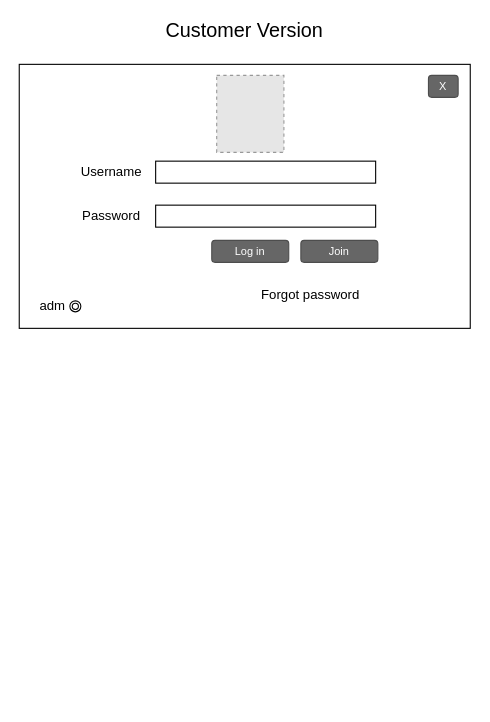
Above: page "User Login" (1 of 5) of BookingSystem.drawio in marioBdev/CCT_Java_CA1 (draw.io), before the change. Source tidied: cells renumbered, new cells numbered last; positions are measured from the earlier drawing's top-left corner, leaving out a move shared by most shapes. Both pictures are drawn from the tidied source at 110%, with x=0, y=0 at pixel (19, 20). Pictures stored in the file or linked from it are replaced by grey dashed boxes.
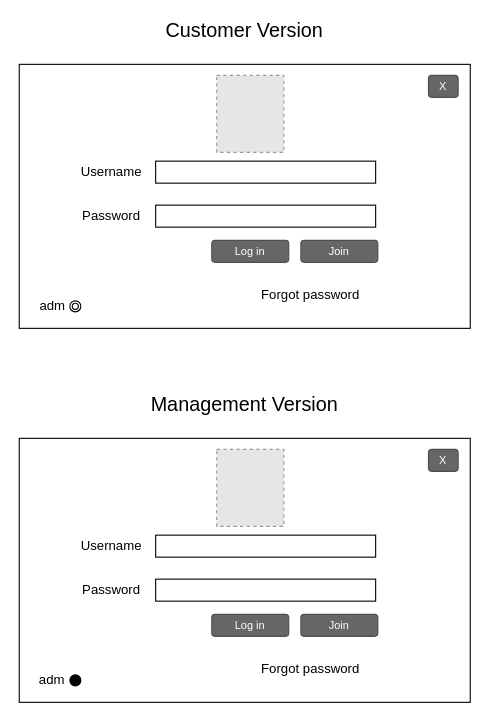
The same page after the edit.

Diff of the diagram source:
```diff
@@
+    <mxCell id="15" style="rounded=0;whiteSpace=wrap;html=1;shadow=0;sketch=0;" parent="1" vertex="1">
+      <mxGeometry y="380" width="410" height="240" as="geometry" />
+    </mxCell>
+    <mxCell id="16" value="X" style="rounded=1;html=1;shadow=0;dashed=0;whiteSpace=wrap;fontSize=10;fillColor=#666666;align=center;strokeColor=#4D4D4D;fontColor=#ffffff;sketch=0;" parent="1" vertex="1">
+      <mxGeometry x="372" y="390" width="27" height="20" as="geometry" />
+    </mxCell>
+    <mxCell id="17" value="Log in" style="rounded=1;html=1;shadow=0;dashed=0;whiteSpace=wrap;fontSize=10;fillColor=#666666;align=center;strokeColor=#4D4D4D;fontColor=#ffffff;sketch=0;" parent="1" vertex="1">
+      <mxGeometry x="175" y="540" width="70" height="20" as="geometry" />
+    </mxCell>
+    <mxCell id="18" value="Join" style="rounded=1;html=1;shadow=0;dashed=0;whiteSpace=wrap;fontSize=10;fillColor=#666666;align=center;strokeColor=#4D4D4D;fontColor=#ffffff;sketch=0;" parent="1" vertex="1">
+      <mxGeometry x="256" y="540" width="70" height="20" as="geometry" />
+    </mxCell>
+    <mxCell id="19" style="rounded=0;whiteSpace=wrap;html=1;shadow=0;sketch=0;fillColor=none;gradientColor=none;" parent="1" vertex="1">
+      <mxGeometry x="124" y="468" width="200" height="20" as="geometry" />
+    </mxCell>
+    <mxCell id="20" style="rounded=0;whiteSpace=wrap;html=1;shadow=0;sketch=0;fillColor=none;gradientColor=none;" parent="1" vertex="1">
+      <mxGeometry x="124" y="508" width="200" height="20" as="geometry" />
+    </mxCell>
+    <mxCell id="21" value="Username" style="text;html=1;strokeColor=none;fillColor=none;align=center;verticalAlign=middle;whiteSpace=wrap;rounded=0;shadow=0;sketch=0;" parent="1" vertex="1">
+      <mxGeometry x="64" y="468" width="40" height="20" as="geometry" />
+    </mxCell>
+    <mxCell id="22" value="Password" style="text;html=1;strokeColor=none;fillColor=none;align=center;verticalAlign=middle;whiteSpace=wrap;rounded=0;shadow=0;sketch=0;" parent="1" vertex="1">
+      <mxGeometry x="64" y="508" width="40" height="20" as="geometry" />
+    </mxCell>
+    <mxCell id="23" value="Forgot password" style="text;html=1;strokeColor=none;fillColor=none;align=center;verticalAlign=middle;whiteSpace=wrap;rounded=0;shadow=0;sketch=0;" parent="1" vertex="1">
+      <mxGeometry x="210" y="580" width="110" height="20" as="geometry" />
+    </mxCell>
+    <mxCell id="24" style="fillColor=#E6E6E6;strokeColor=#999999;dashed=1;verticalLabelPosition=bottom;verticalAlign=top;" parent="1" vertex="1">
+      <mxGeometry x="179.5" y="390" width="61.1" height="70" as="geometry" />
+    </mxCell>
+    <mxCell id="25" value="adm" style="text;html=1;strokeColor=none;fillColor=none;align=center;verticalAlign=middle;whiteSpace=wrap;rounded=0;shadow=0;sketch=0;" parent="1" vertex="1">
+      <mxGeometry x="10" y="590" width="40" height="20" as="geometry" />
+    </mxCell>
+    <mxCell id="26" value="Management Version" style="text;html=1;strokeColor=none;fillColor=none;align=center;verticalAlign=middle;whiteSpace=wrap;rounded=0;shadow=0;sketch=0;perimeterSpacing=4;fontSize=18;" parent="1" vertex="1">
+      <mxGeometry x="90" y="340" width="230" height="20" as="geometry" />
+    </mxCell>
+    <mxCell id="27" style="shape=mxgraph.bpmn.shape;html=1;verticalLabelPosition=bottom;labelBackgroundColor=#ffffff;verticalAlign=top;align=center;perimeter=ellipsePerimeter;outline=throwing;symbol=general;fontSize=18;fillColor=#000000;" parent="1" vertex="1">
+      <mxGeometry x="46" y="595" width="10" height="10" as="geometry" />
+    </mxCell>
```
